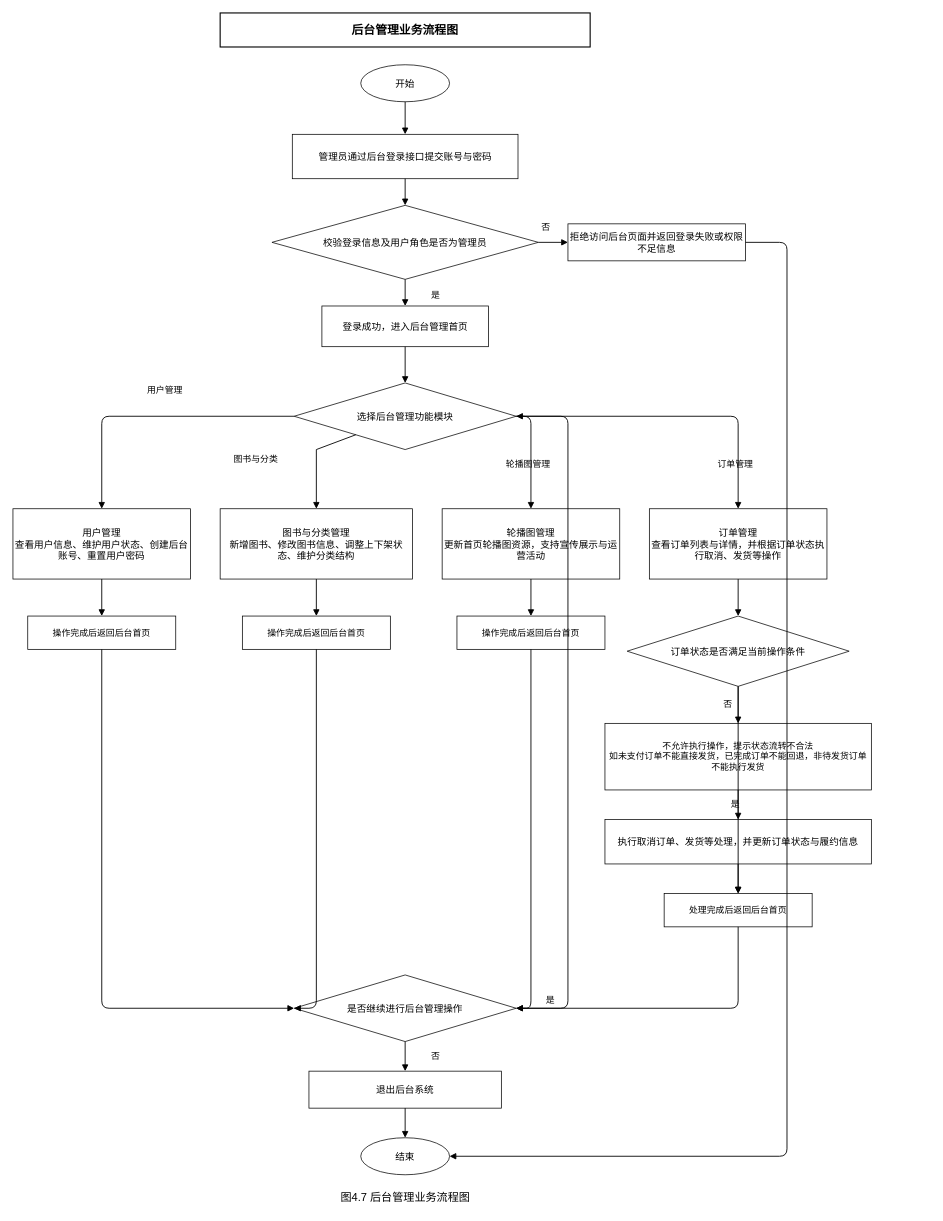
Before: 图4.7后台管理业务流程图.drawio in wujiangcai/drawio, a draw.io diagram. Source tidied: cells renumbered, new cells numbered last; positions are measured from the earlier drawing's top-left corner, leaving out a move shared by most shapes. Both pictures are drawn from the tidied source at 74%, with x=0, y=0 at pixel (13, 13).
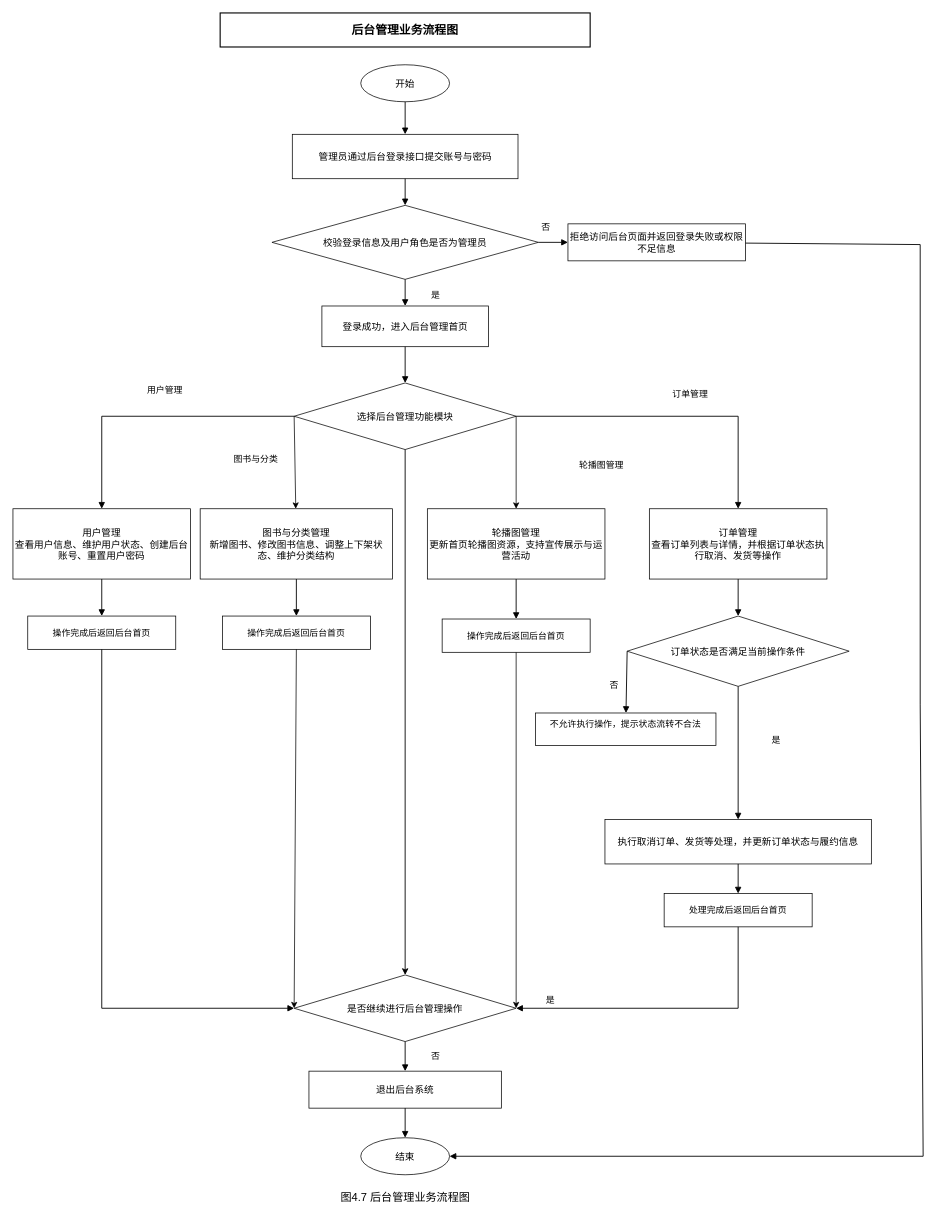
After the change.

Unchanged cells that the change refers to:
```xml
<mxCell id="6" value="拒绝访问后台页面并返回登录失败或权限不足信息" style="rounded=0;whiteSpace=wrap;html=1;fillColor=#ffffff;strokeColor=#000000;fontSize=13;" parent="1" vertex="1">
  <mxGeometry x="750" y="285" width="240" height="50" as="geometry" />
</mxCell>
<mxCell id="8" value="选择后台管理功能模块" style="rhombus;whiteSpace=wrap;html=1;fillColor=#ffffff;strokeColor=#000000;fontSize=13;" parent="1" vertex="1">
  <mxGeometry x="380" y="500" width="300" height="90" as="geometry" />
</mxCell>
<mxCell id="9" value="用户管理&#10;查看用户信息、维护用户状态、创建后台账号、重置用户密码" style="rounded=0;whiteSpace=wrap;html=1;fillColor=#ffffff;strokeColor=#000000;fontSize=13;" parent="1" vertex="1">
  <mxGeometry y="670" width="240" height="95" as="geometry" />
</mxCell>
<mxCell id="12" value="订单管理&#10;查看订单列表与详情，并根据订单状态执行取消、发货等操作" style="rounded=0;whiteSpace=wrap;html=1;fillColor=#ffffff;strokeColor=#000000;fontSize=13;" parent="1" vertex="1">
  <mxGeometry x="860" y="670" width="240" height="95" as="geometry" />
</mxCell>
<mxCell id="13" value="操作完成后返回后台首页" style="rounded=0;whiteSpace=wrap;html=1;fillColor=#ffffff;strokeColor=#000000;fontSize=12;" parent="1" vertex="1">
  <mxGeometry x="20" y="815" width="200" height="45" as="geometry" />
</mxCell>
<mxCell id="16" value="订单状态是否满足当前操作条件" style="rhombus;whiteSpace=wrap;html=1;fillColor=#ffffff;strokeColor=#000000;fontSize=13;" parent="1" vertex="1">
  <mxGeometry x="830" y="815" width="300" height="95" as="geometry" />
</mxCell>
<mxCell id="19" value="处理完成后返回后台首页" style="rounded=0;whiteSpace=wrap;html=1;fillColor=#ffffff;strokeColor=#000000;fontSize=12;" parent="1" vertex="1">
  <mxGeometry x="880" y="1190" width="200" height="45" as="geometry" />
</mxCell>
<mxCell id="20" value="是否继续进行后台管理操作" style="rhombus;whiteSpace=wrap;html=1;fillColor=#ffffff;strokeColor=#000000;fontSize=13;" parent="1" vertex="1">
  <mxGeometry x="380" y="1300" width="300" height="90" as="geometry" />
</mxCell>
<mxCell id="22" value="结束" style="ellipse;whiteSpace=wrap;html=1;fillColor=#ffffff;strokeColor=#000000;fontSize=13;" parent="1" vertex="1">
  <mxGeometry x="470" y="1520" width="120" height="50" as="geometry" />
</mxCell>
```

Diff of the diagram source:
```diff
@@
     <mxCell id="10" value="图书与分类管理&#10;新增图书、修改图书信息、调整上下架状态、维护分类结构" style="rounded=0;whiteSpace=wrap;html=1;fillColor=#ffffff;strokeColor=#000000;fontSize=13;" parent="1" vertex="1">
-      <mxGeometry x="280" y="670" width="260" height="95" as="geometry" />
+      <mxGeometry x="253" y="670" width="260" height="95" as="geometry" />
     </mxCell>
     <mxCell id="11" value="轮播图管理&#10;更新首页轮播图资源，支持宣传展示与运营活动" style="rounded=0;whiteSpace=wrap;html=1;fillColor=#ffffff;strokeColor=#000000;fontSize=13;" parent="1" vertex="1">
-      <mxGeometry x="580" y="670" width="240" height="95" as="geometry" />
+      <mxGeometry x="560" y="670" width="240" height="95" as="geometry" />
     </mxCell>
@@
     <mxCell id="14" value="操作完成后返回后台首页" style="rounded=0;whiteSpace=wrap;html=1;fillColor=#ffffff;strokeColor=#000000;fontSize=12;" parent="1" vertex="1">
-      <mxGeometry x="310" y="815" width="200" height="45" as="geometry" />
+      <mxGeometry x="283" y="815" width="200" height="45" as="geometry" />
     </mxCell>
     <mxCell id="15" value="操作完成后返回后台首页" style="rounded=0;whiteSpace=wrap;html=1;fillColor=#ffffff;strokeColor=#000000;fontSize=12;" parent="1" vertex="1">
-      <mxGeometry x="600" y="815" width="200" height="45" as="geometry" />
+      <mxGeometry x="580" y="819" width="200" height="45" as="geometry" />
     </mxCell>
@@
-    <mxCell id="17" value="不允许执行操作，提示状态流转不合法&#10;如未支付订单不能直接发货，已完成订单不能回退，非待发货订单不能执行发货" style="rounded=0;whiteSpace=wrap;html=1;fillColor=#ffffff;strokeColor=#000000;fontSize=12;" parent="1" vertex="1">
-      <mxGeometry x="800" y="960" width="360" height="90" as="geometry" />
+    <mxCell id="17" value="不允许执行操作，提示状态流转不合法&lt;div&gt;&lt;br/&gt;&lt;/div&gt;" style="rounded=0;whiteSpace=wrap;html=1;fillColor=#ffffff;strokeColor=#000000;fontSize=12;" parent="1" vertex="1">
+      <mxGeometry x="706" y="946" width="244" height="44" as="geometry" />
     </mxCell>
@@
-    <mxCell id="29" style="endArrow=block;endFill=1;strokeWidth=1.2;strokeColor=#000000;" parent="1" edge="1" source="6" target="22">
+    <mxCell id="29" style="endArrow=block;endFill=1;strokeWidth=1.2;strokeColor=#000000;rounded=0;curved=0;" parent="1" edge="1" source="6" target="22">
       <mxGeometry relative="1" as="geometry">
         <Array as="points">
-          <mxPoint x="1046" y="310" />
-          <mxPoint x="1046" y="1545" />
+          <mxPoint x="1226" y="313" />
+          <mxPoint x="1226" y="934" />
+          <mxPoint x="1230" y="1545" />
         </Array>
       </mxGeometry>
     </mxCell>
@@
-    <mxCell id="32" style="endArrow=block;endFill=1;strokeWidth=1.2;strokeColor=#000000;" parent="1" edge="1" source="8" target="9">
+    <mxCell id="32" style="endArrow=block;endFill=1;strokeWidth=1.2;strokeColor=#000000;rounded=0;curved=0;" parent="1" edge="1" source="8" target="9">
       <mxGeometry relative="1" as="geometry">
         <Array as="points">
           <mxPoint x="120" y="545" />
         </Array>
       </mxGeometry>
     </mxCell>
@@
-    <mxCell id="34" style="endArrow=block;endFill=1;strokeWidth=1.2;strokeColor=#000000;rounded=0;curved=0;" parent="1" edge="1" source="8" target="10">
-      <mxGeometry relative="1" as="geometry">
-        <Array as="points">
-          <mxPoint x="410" y="590" />
-        </Array>
-      </mxGeometry>
-    </mxCell>
     <mxCell id="35" value="轮播图管理" style="text;html=1;strokeColor=none;fillColor=none;align=center;verticalAlign=middle;fontSize=12;" parent="1" vertex="1">
-      <mxGeometry x="651" y="600" width="90" height="20" as="geometry" />
+      <mxGeometry x="750" y="601" width="90" height="20" as="geometry" />
     </mxCell>
-    <mxCell id="36" style="endArrow=block;endFill=1;strokeWidth=1.2;strokeColor=#000000;" parent="1" edge="1" source="8" target="11">
+    <mxCell id="36" style="endArrow=block;endFill=1;strokeWidth=1.2;strokeColor=none;rounded=0;curved=0;" parent="1" edge="1" source="8" target="11">
       <mxGeometry relative="1" as="geometry">
         <Array as="points">
           <mxPoint x="700" y="545" />
         </Array>
       </mxGeometry>
     </mxCell>
     <mxCell id="37" value="订单管理" style="text;html=1;strokeColor=none;fillColor=none;align=center;verticalAlign=middle;fontSize=12;" parent="1" vertex="1">
-      <mxGeometry x="941" y="600" width="70" height="20" as="geometry" />
+      <mxGeometry x="880" y="506" width="70" height="20" as="geometry" />
     </mxCell>
-    <mxCell id="38" style="endArrow=block;endFill=1;strokeWidth=1.2;strokeColor=#000000;" parent="1" edge="1" source="8" target="12">
+    <mxCell id="38" style="endArrow=block;endFill=1;strokeWidth=1.2;strokeColor=#000000;rounded=0;curved=0;" parent="1" edge="1" source="8" target="12">
       <mxGeometry relative="1" as="geometry">
         <Array as="points">
           <mxPoint x="980" y="545" />
         </Array>
       </mxGeometry>
     </mxCell>
@@
     <mxCell id="43" value="否" style="text;html=1;strokeColor=none;fillColor=none;align=center;verticalAlign=middle;fontSize=12;" parent="1" vertex="1">
-      <mxGeometry x="946" y="925" width="40" height="20" as="geometry" />
+      <mxGeometry x="792" y="899" width="40" height="20" as="geometry" />
     </mxCell>
-    <mxCell id="44" style="endArrow=block;endFill=1;strokeWidth=1.2;strokeColor=#000000;" parent="1" edge="1" source="16" target="17">
+    <mxCell id="44" style="endArrow=block;endFill=1;strokeWidth=1.2;strokeColor=#000000;exitX=0;exitY=0.5;exitDx=0;exitDy=0;" parent="1" edge="1" source="16" target="17">
       <mxGeometry relative="1" as="geometry" />
     </mxCell>
     <mxCell id="45" value="是" style="text;html=1;strokeColor=none;fillColor=none;align=center;verticalAlign=middle;fontSize=12;" parent="1" vertex="1">
-      <mxGeometry x="956" y="1060" width="40" height="20" as="geometry" />
+      <mxGeometry x="1011" y="973" width="40" height="20" as="geometry" />
     </mxCell>
@@
-    <mxCell id="47" style="endArrow=block;endFill=1;strokeWidth=1.2;strokeColor=#000000;" parent="1" edge="1" source="17" target="19">
-      <mxGeometry relative="1" as="geometry" />
-    </mxCell>
@@
-    <mxCell id="49" style="endArrow=block;endFill=1;strokeWidth=1.2;strokeColor=#000000;" parent="1" edge="1" source="13" target="20">
+    <mxCell id="49" style="endArrow=block;endFill=1;strokeWidth=1.2;strokeColor=#000000;rounded=0;curved=0;" parent="1" edge="1" source="13" target="20">
       <mxGeometry relative="1" as="geometry">
         <Array as="points">
           <mxPoint x="120" y="1345" />
         </Array>
       </mxGeometry>
     </mxCell>
-    <mxCell id="50" style="endArrow=block;endFill=1;strokeWidth=1.2;strokeColor=#000000;" parent="1" edge="1" source="14" target="20">
-      <mxGeometry relative="1" as="geometry">
-        <Array as="points">
-          <mxPoint x="410" y="1345" />
-        </Array>
-      </mxGeometry>
-    </mxCell>
-    <mxCell id="51" style="endArrow=block;endFill=1;strokeWidth=1.2;strokeColor=#000000;" parent="1" edge="1" source="15" target="20">
-      <mxGeometry relative="1" as="geometry">
-        <Array as="points">
-          <mxPoint x="700" y="1345" />
-        </Array>
-      </mxGeometry>
-    </mxCell>
-    <mxCell id="52" style="endArrow=block;endFill=1;strokeWidth=1.2;strokeColor=#000000;" parent="1" edge="1" source="19" target="20">
+    <mxCell id="52" style="endArrow=block;endFill=1;strokeWidth=1.2;strokeColor=#000000;rounded=0;curved=0;" parent="1" edge="1" source="19" target="20">
       <mxGeometry relative="1" as="geometry">
         <Array as="points">
           <mxPoint x="980" y="1345" />
         </Array>
       </mxGeometry>
     </mxCell>
@@
-    <mxCell id="54" style="endArrow=block;endFill=1;strokeWidth=1.2;strokeColor=#000000;" parent="1" edge="1" source="20" target="8">
-      <mxGeometry relative="1" as="geometry">
-        <Array as="points">
-          <mxPoint x="750" y="1345" />
-          <mxPoint x="750" y="545" />
-        </Array>
-      </mxGeometry>
+    <mxCell id="54" style="endArrow=none;endFill=0;strokeWidth=1.2;strokeColor=#000000;edgeStyle=orthogonalEdgeStyle;startArrow=classic;startFill=1;" parent="1" edge="1" source="20" target="8">
+      <mxGeometry relative="1" as="geometry" />
     </mxCell>
@@
+    <mxCell id="60" style="endArrow=none;html=1;rounded=0;entryX=0.5;entryY=1;entryDx=0;entryDy=0;exitX=0;exitY=0.5;exitDx=0;exitDy=0;startArrow=classic;startFill=1;" parent="1" edge="1" source="20" target="14">
+      <mxGeometry relative="1" as="geometry" />
+    </mxCell>
+    <mxCell id="34" style="endArrow=classic;html=1;rounded=0;exitX=0;exitY=0.5;exitDx=0;exitDy=0;endFill=1;" parent="1" edge="1" source="8" target="10">
+      <mxGeometry relative="1" as="geometry" />
+    </mxCell>
+    <mxCell id="61" style="endArrow=none;html=1;rounded=0;entryX=1;entryY=0.5;entryDx=0;entryDy=0;exitX=0.5;exitY=0;exitDx=0;exitDy=0;endFill=0;startArrow=classic;startFill=1;" parent="1" edge="1" source="11" target="8">
+      <mxGeometry relative="1" as="geometry" />
+    </mxCell>
+    <mxCell id="51" style="endArrow=classic;html=1;rounded=0;exitX=0.5;exitY=1;exitDx=0;exitDy=0;entryX=1;entryY=0.5;entryDx=0;entryDy=0;endFill=1;" parent="1" edge="1" source="15" target="20">
+      <mxGeometry relative="1" as="geometry" />
+    </mxCell>
```
